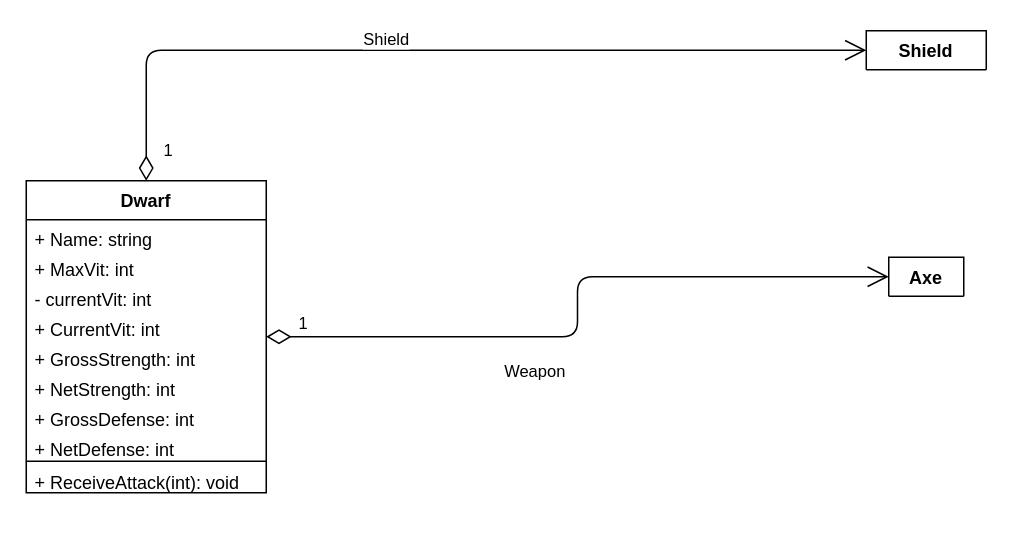
Earlier version of the draw.io diagram Assets/UML-diagrams/Dwarf.drawio (ProgramacionII-Equipo3/PII_RoleplayGame_1_Start). Source tidied: cells renumbered, new cells numbered last; positions are measured from the earlier drawing's top-left corner, leaving out a move shared by most shapes. Both pictures are drawn from the tidied source at 150%, with x=0, y=0 at pixel (26, 30).
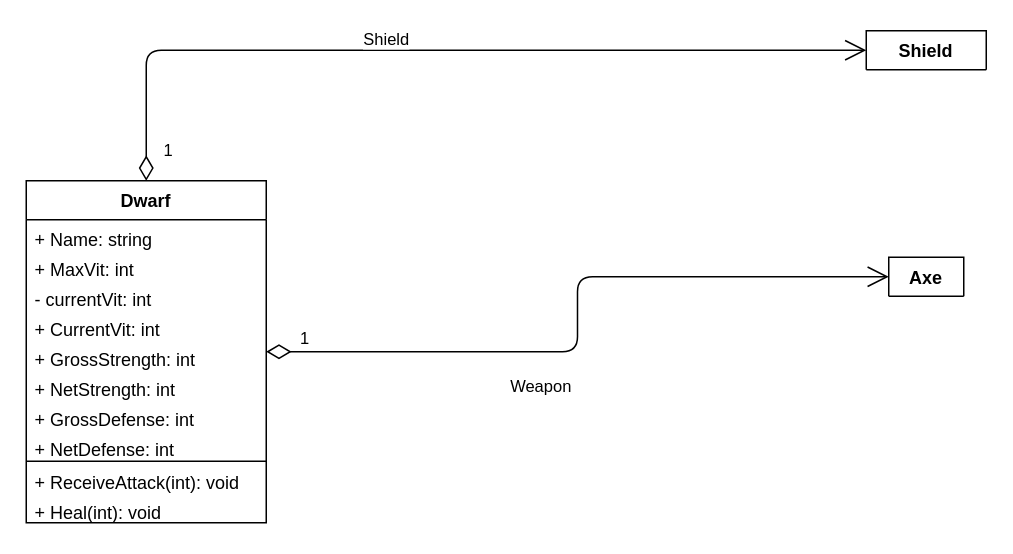
Above is the later version.

What changed in the source:
```diff
@@
     <mxCell id="2" value="Dwarf" style="swimlane;fontStyle=1;align=center;verticalAlign=top;horizontal=1;startSize=26;" parent="1" vertex="1">
-      <mxGeometry y="100" width="160" height="208" as="geometry" />
+      <mxGeometry y="100" width="160" height="228" as="geometry" />
     </mxCell>
@@
+    <mxCell id="19" value="+ Heal(int): void" style="text;strokeColor=none;fillColor=none;align=left;verticalAlign=top;spacingLeft=4;spacingRight=4;overflow=hidden;" parent="2" vertex="1">
+      <mxGeometry y="208" width="160" height="20" as="geometry" />
+    </mxCell>
```
